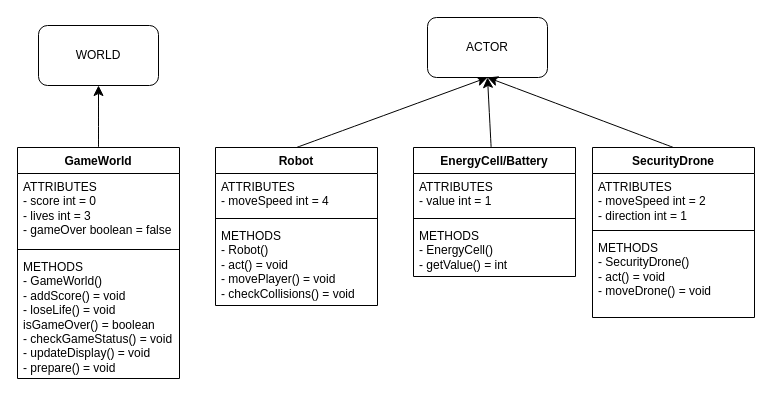
Earlier version of the draw.io diagram StaticShiftUML.drawio (mandr9697/CSC170). Source tidied: cells renumbered, new cells numbered last; positions are measured from the earlier drawing's top-left corner, leaving out a move shared by most shapes. Both pictures are drawn from the tidied source at 100%, with x=0, y=0 at pixel (17, 17).
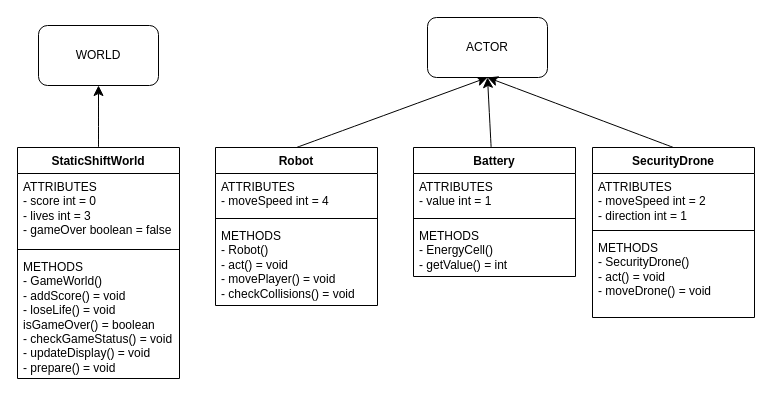
Above is the later version.

Diff of the diagram source:
```diff
@@
-    <mxCell id="3" value="GameWorld&lt;div&gt;&lt;br&gt;&lt;/div&gt;" style="swimlane;fontStyle=1;align=center;verticalAlign=top;horizontal=1;startSize=26;whiteSpace=wrap;html=1;" parent="1" vertex="1">
+    <mxCell id="3" value="&lt;div&gt;StaticShiftWorld&lt;/div&gt;" style="swimlane;fontStyle=1;align=center;verticalAlign=top;horizontal=1;startSize=26;whiteSpace=wrap;html=1;" parent="1" vertex="1">
       <mxGeometry y="130" width="162" height="231" as="geometry" />
     </mxCell>
@@
-    <mxCell id="15" value="&lt;div&gt;EnergyCell/Battery&lt;/div&gt;" style="swimlane;fontStyle=1;align=center;verticalAlign=top;horizontal=1;startSize=26;whiteSpace=wrap;html=1;" parent="1" vertex="1">
+    <mxCell id="15" value="Battery&lt;div&gt;&lt;br&gt;&lt;/div&gt;" style="swimlane;fontStyle=1;align=center;verticalAlign=top;horizontal=1;startSize=26;whiteSpace=wrap;html=1;" parent="1" vertex="1">
       <mxGeometry x="396" y="130" width="162" height="129" as="geometry" />
     </mxCell>
```
